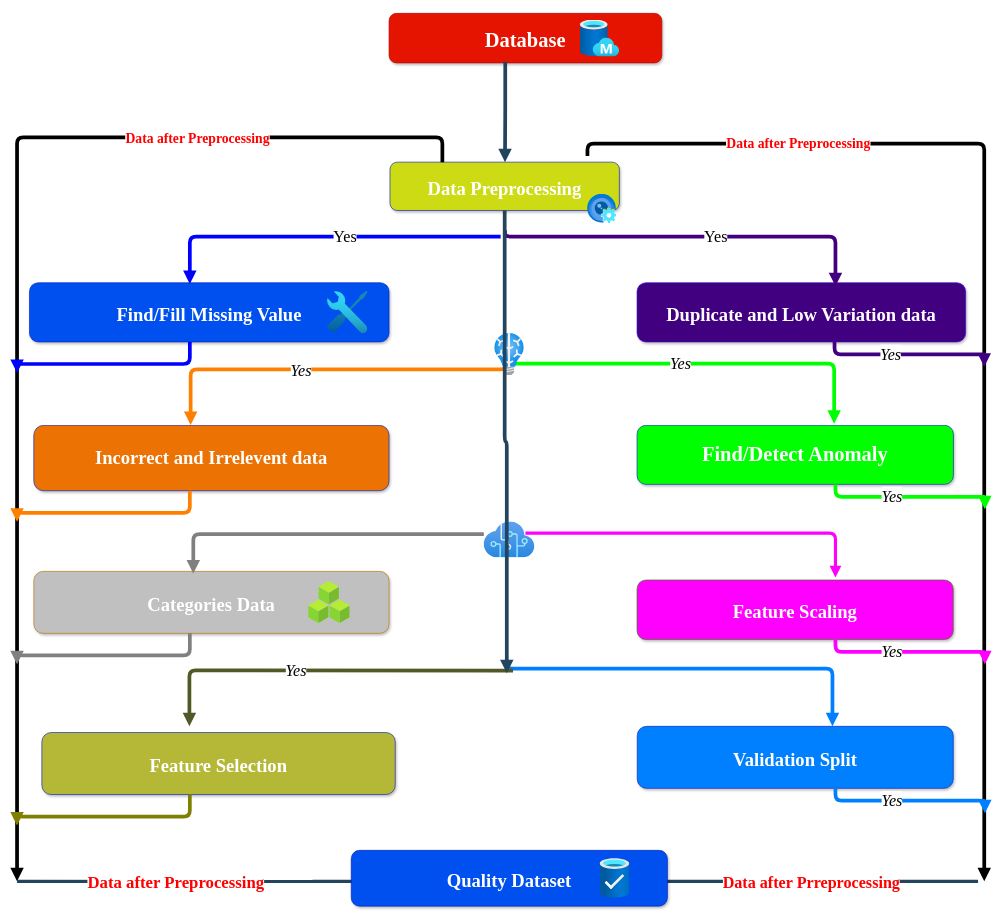
This is page "Data Preprocessing" (2 of 7) of Untitled Diagram.drawio from Danut168/Advertistiing-Bugdet-and-Sales, a draw.io file, before an edit. Source tidied: cells renumbered, new cells numbered last; positions are measured from the earlier drawing's top-left corner, leaving out a move shared by most shapes. Both pictures are drawn from the tidied source at 62%, with x=0, y=0 at pixel (17, 13).
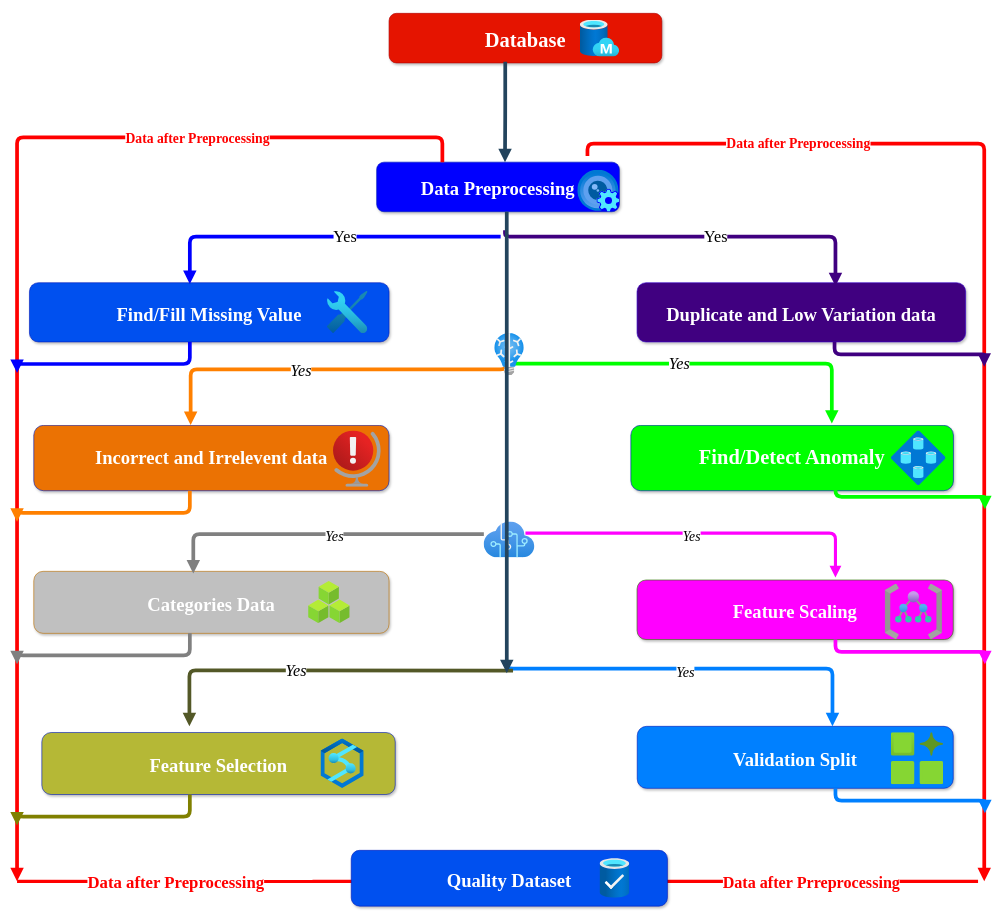
After the change.

The change refers to these unchanged cells:
```xml
<mxCell id="12" style="edgeStyle=elbowEdgeStyle;elbow=vertical;strokeWidth=6;endArrow=block;endFill=1;fontStyle=1;strokeColor=#808080;flowAnimation=1;entryX=0.449;entryY=0.035;entryDx=0;entryDy=0;entryPerimeter=0;" parent="1" edge="1" source="27" target="3">
  <mxGeometry x="22" y="165.5" as="geometry">
    <Array as="points">
      <mxPoint x="540" y="840" />
      <mxPoint x="530" y="860" />
    </Array>
  </mxGeometry>
</mxCell>
<mxCell id="13" style="edgeStyle=elbowEdgeStyle;elbow=vertical;strokeWidth=6;endArrow=block;endFill=1;fontStyle=1;strokeColor=#0080ff;flowAnimation=1;entryX=0.557;entryY=0;entryDx=0;entryDy=0;entryPerimeter=0;" parent="1" edge="1">
  <mxGeometry x="22" y="165.5" as="geometry">
    <mxPoint x="790" y="1050" as="sourcePoint" />
    <mxPoint x="1315.2" y="1150" as="targetPoint" />
    <Array as="points">
      <mxPoint x="875" y="1057" />
      <mxPoint x="996" y="1032" />
    </Array>
  </mxGeometry>
</mxCell>
<mxCell id="16" style="edgeStyle=elbowEdgeStyle;elbow=vertical;strokeWidth=5;endArrow=block;endFill=1;fontStyle=1;strokeColor=#ff00ff;flowAnimation=1;exitX=0.816;exitY=0.317;exitDx=0;exitDy=0;exitPerimeter=0;" parent="1" edge="1" source="27">
  <mxGeometry x="22" y="165.5" as="geometry">
    <mxPoint x="1320" y="910" as="targetPoint" />
    <Array as="points">
      <mxPoint x="1022" y="838.4" />
    </Array>
  </mxGeometry>
</mxCell>
<mxCell id="47" style="edgeStyle=elbowEdgeStyle;elbow=vertical;strokeWidth=6;endArrow=block;endFill=1;fontStyle=1;strokeColor=#400080;flowAnimation=1;exitX=0.601;exitY=1;exitDx=0;exitDy=0;exitPerimeter=0;" parent="1" edge="1" source="8">
  <mxGeometry x="22" y="165.5" as="geometry">
    <mxPoint x="1560" y="570" as="targetPoint" />
    <Array as="points">
      <mxPoint x="1420" y="550" />
    </Array>
  </mxGeometry>
</mxCell>
<mxCell id="49" style="edgeStyle=elbowEdgeStyle;elbow=vertical;strokeWidth=6;endArrow=block;endFill=1;fontStyle=1;strokeColor=#00ff00;flowAnimation=1;exitX=0.601;exitY=1;exitDx=0;exitDy=0;exitPerimeter=0;" parent="1" edge="1">
  <mxGeometry x="22" y="165.5" as="geometry">
    <mxPoint x="1320" y="759.8" as="sourcePoint" />
    <mxPoint x="1561" y="799.8" as="targetPoint" />
    <Array as="points">
      <mxPoint x="1421" y="779.8" />
    </Array>
  </mxGeometry>
</mxCell>
<mxCell id="51" style="edgeStyle=elbowEdgeStyle;elbow=vertical;strokeWidth=6;endArrow=block;endFill=1;fontStyle=1;strokeColor=#ff00ff;flowAnimation=1;exitX=0.601;exitY=1;exitDx=0;exitDy=0;exitPerimeter=0;" parent="1" edge="1">
  <mxGeometry x="22" y="165.5" as="geometry">
    <mxPoint x="1320" y="1010" as="sourcePoint" />
    <mxPoint x="1561" y="1050" as="targetPoint" />
    <Array as="points">
      <mxPoint x="1421" y="1030" />
    </Array>
  </mxGeometry>
</mxCell>
<mxCell id="53" style="edgeStyle=elbowEdgeStyle;elbow=vertical;strokeWidth=6;endArrow=block;endFill=1;fontStyle=1;strokeColor=#0080ff;flowAnimation=1;exitX=0.601;exitY=1;exitDx=0;exitDy=0;exitPerimeter=0;" parent="1" edge="1">
  <mxGeometry x="22" y="165.5" as="geometry">
    <mxPoint x="1320" y="1250" as="sourcePoint" />
    <mxPoint x="1561" y="1290" as="targetPoint" />
    <Array as="points">
      <mxPoint x="1421" y="1270" />
    </Array>
  </mxGeometry>
</mxCell>
```

Diff of the diagram source:
```diff
@@
-    <mxCell id="7" value="Data Preprocessing" style="rounded=1;fillColor=#ccdb13;strokeColor=#001DBC;shadow=1;fontStyle=1;fontColor=#ffffff;fontSize=30;fontFamily=Times New Roman;" parent="1" vertex="1">
-      <mxGeometry x="601.5" y="240" width="370" height="78" as="geometry" />
+    <mxCell id="7" value="Data Preprocessing" style="rounded=1;fillColor=#0000ff;strokeColor=#001DBC;shadow=1;fontStyle=1;fontColor=#ffffff;fontSize=30;fontFamily=Times New Roman;" parent="1" vertex="1">
+      <mxGeometry x="580" y="240" width="391.5" height="80" as="geometry" />
     </mxCell>
@@
+    <mxCell id="56" value="&lt;font size=&quot;1&quot; face=&quot;Times New Roman&quot;&gt;&lt;i style=&quot;font-size: 23px;&quot;&gt;Yes&lt;/i&gt;&lt;/font&gt;" style="edgeLabel;html=1;align=center;verticalAlign=middle;" parent="12" vertex="1">
+      <mxGeometry relative="1" as="geometry">
+        <mxPoint x="25" y="2" as="offset" />
+      </mxGeometry>
+    </mxCell>
@@
+    <mxCell id="57" value="&lt;font size=&quot;1&quot; face=&quot;Times New Roman&quot;&gt;&lt;i style=&quot;font-size: 23px;&quot;&gt;Yes&lt;/i&gt;&lt;/font&gt;" style="edgeLabel;html=1;align=center;verticalAlign=middle;" parent="13" vertex="1">
+      <mxGeometry relative="1" as="geometry">
+        <mxPoint x="-19" y="5" as="offset" />
+      </mxGeometry>
+    </mxCell>
@@
+    <mxCell id="58" value="&lt;font size=&quot;1&quot; face=&quot;Times New Roman&quot;&gt;&lt;i style=&quot;font-size: 22px;&quot;&gt;Yes&lt;/i&gt;&lt;/font&gt;" style="edgeLabel;html=1;align=center;verticalAlign=middle;" parent="16" vertex="1">
+      <mxGeometry relative="1" as="geometry">
+        <mxPoint x="-18" y="5" as="offset" />
+      </mxGeometry>
+    </mxCell>
@@
     <mxCell id="19" value="Find/Detect Anomaly " style="whiteSpace=wrap;html=1;fontSize=33;fillColor=#00ff00;strokeColor=#001DBC;fontColor=#ffffff;rounded=1;shadow=1;fontStyle=1;fontFamily=Times New Roman;" parent="1" vertex="1">
-      <mxGeometry x="1000" y="664.5" width="510.3" height="95.2" as="geometry" />
+      <mxGeometry x="990" y="664.5" width="520.3" height="105.5" as="geometry" />
     </mxCell>
@@
     <mxCell id="23" style="image;html=1;align=center;fontSize=12;image=img/lib/azure2/ai_machine_learning/Custom_Vision.svg;" parent="1" vertex="1">
-      <mxGeometry x="920" y="291.5" width="47" height="47" as="geometry" />
+      <mxGeometry x="904.1" y="252.6" width="67.4" height="67.4" as="geometry" />
     </mxCell>
@@
-    <mxCell id="31" style="edgeStyle=elbowEdgeStyle;elbow=vertical;strokeWidth=6;endArrow=block;endFill=1;fontStyle=1;strokeColor=#000000;flowAnimation=1;shadow=0;textShadow=0;" parent="1" edge="1">
+    <mxCell id="31" style="edgeStyle=elbowEdgeStyle;elbow=vertical;strokeWidth=6;endArrow=block;endFill=1;fontStyle=1;strokeColor=#ff0000;flowAnimation=1;shadow=0;textShadow=0;" parent="1" edge="1">
       <mxGeometry x="22" y="165.5" as="geometry">
         <mxPoint x="686" y="240" as="sourcePoint" />
         <mxPoint y="1400" as="targetPoint" />
         <Array as="points">
           <mxPoint x="241" y="200" />
           <mxPoint x="221" y="163" />
           <mxPoint x="473" y="270" />
         </Array>
       </mxGeometry>
     </mxCell>
@@
-    <mxCell id="33" style="edgeStyle=elbowEdgeStyle;elbow=vertical;strokeWidth=6;endArrow=block;endFill=1;fontStyle=1;strokeColor=#000000;flowAnimation=1;shadow=0;textShadow=0;" parent="1" edge="1">
+    <mxCell id="33" style="edgeStyle=elbowEdgeStyle;elbow=vertical;strokeWidth=6;endArrow=block;endFill=1;fontStyle=1;strokeColor=#ff0000;flowAnimation=1;shadow=0;textShadow=0;" parent="1" edge="1">
       <mxGeometry x="22" y="165.5" as="geometry">
         <mxPoint x="920" y="230" as="sourcePoint" />
         <mxPoint x="1560" y="1400" as="targetPoint" />
         <Array as="points">
           <mxPoint x="1811" y="210" />
           <mxPoint x="1791" y="173" />
           <mxPoint x="2043" y="280" />
         </Array>
       </mxGeometry>
     </mxCell>
@@
-    <mxCell id="35" style="edgeStyle=elbowEdgeStyle;elbow=vertical;strokeWidth=5;endArrow=block;endFill=1;fontStyle=1;strokeColor=#23445D;flowAnimation=1;" parent="1" edge="1">
+    <mxCell id="35" style="edgeStyle=elbowEdgeStyle;elbow=vertical;strokeWidth=5;endArrow=block;endFill=1;fontStyle=1;strokeColor=#ff0000;flowAnimation=1;" parent="1" edge="1">
       <mxGeometry x="22" y="165.5" as="geometry">
         <mxPoint y="1400" as="sourcePoint" />
         <mxPoint x="640" y="1400" as="targetPoint" />
         <Array as="points">
           <mxPoint x="112" y="1400.4" />
         </Array>
       </mxGeometry>
     </mxCell>
@@
-    <mxCell id="37" style="edgeStyle=elbowEdgeStyle;elbow=horizontal;strokeWidth=5;endArrow=block;endFill=1;fontStyle=1;strokeColor=#23445D;flowAnimation=1;" parent="1" edge="1">
+    <mxCell id="37" style="edgeStyle=elbowEdgeStyle;elbow=horizontal;strokeWidth=5;endArrow=block;endFill=1;fontStyle=1;strokeColor=#ff0000;flowAnimation=1;" parent="1" edge="1">
       <mxGeometry x="22" y="165.5" as="geometry">
         <mxPoint x="1550" y="1400" as="sourcePoint" />
         <mxPoint x="1000" y="1400" as="targetPoint" />
         <Array as="points">
           <mxPoint x="472" y="1400.4" />
         </Array>
       </mxGeometry>
     </mxCell>
@@
-    <mxCell id="48" value="&lt;i&gt;&lt;font style=&quot;font-size: 26px;&quot; face=&quot;Times New Roman&quot;&gt;Yes&lt;/font&gt;&lt;/i&gt;" style="edgeLabel;html=1;align=center;verticalAlign=middle;" parent="47" vertex="1">
-      <mxGeometry relative="1" as="geometry">
-        <mxPoint x="-31" y="-1" as="offset" />
-      </mxGeometry>
-    </mxCell>
@@
-    <mxCell id="50" value="&lt;i&gt;&lt;font style=&quot;font-size: 26px;&quot; face=&quot;Times New Roman&quot;&gt;Yes&lt;/font&gt;&lt;/i&gt;" style="edgeLabel;html=1;align=center;verticalAlign=middle;" parent="49" vertex="1">
-      <mxGeometry relative="1" as="geometry">
-        <mxPoint x="-31" y="-1" as="offset" />
-      </mxGeometry>
-    </mxCell>
@@
-    <mxCell id="52" value="&lt;i&gt;&lt;font style=&quot;font-size: 26px;&quot; face=&quot;Times New Roman&quot;&gt;Yes&lt;/font&gt;&lt;/i&gt;" style="edgeLabel;html=1;align=center;verticalAlign=middle;" parent="51" vertex="1">
-      <mxGeometry relative="1" as="geometry">
-        <mxPoint x="-31" y="-1" as="offset" />
-      </mxGeometry>
-    </mxCell>
@@
-    <mxCell id="54" value="&lt;i&gt;&lt;font style=&quot;font-size: 26px;&quot; face=&quot;Times New Roman&quot;&gt;Yes&lt;/font&gt;&lt;/i&gt;" style="edgeLabel;html=1;align=center;verticalAlign=middle;" parent="53" vertex="1">
-      <mxGeometry relative="1" as="geometry">
-        <mxPoint x="-31" y="-1" as="offset" />
-      </mxGeometry>
-    </mxCell>
-    <mxCell id="55" style="edgeStyle=elbowEdgeStyle;elbow=vertical;strokeWidth=6;endArrow=block;endFill=1;fontStyle=1;strokeColor=#23445D;flowAnimation=1;exitX=0.5;exitY=1;exitDx=0;exitDy=0;" parent="1" edge="1" source="7">
+    <mxCell id="55" style="edgeStyle=elbowEdgeStyle;elbow=vertical;strokeWidth=6;endArrow=block;endFill=1;fontStyle=1;strokeColor=#23445D;flowAnimation=1;exitX=0.536;exitY=1;exitDx=0;exitDy=0;exitPerimeter=0;" parent="1" edge="1" source="7">
       <mxGeometry x="22" y="165.5" as="geometry">
         <mxPoint x="789.9" y="1064.2" as="targetPoint" />
       </mxGeometry>
     </mxCell>
+    <mxCell id="59" style="image;html=1;align=center;fontSize=12;image=img/lib/azure2/databases/Azure_Synapse_Analytics.svg;" parent="1" vertex="1">
+      <mxGeometry x="490" y="1170" width="69.6" height="80" as="geometry" />
+    </mxCell>
+    <mxCell id="60" style="image;html=1;align=center;fontSize=12;image=img/lib/azure2/databases/SQL_Elastic_Pools.svg;" parent="1" vertex="1">
+      <mxGeometry x="1410" y="673.2" width="88" height="88" as="geometry" />
+    </mxCell>
+    <mxCell id="61" style="image;html=1;align=center;fontSize=12;image=img/lib/azure2/general/Management_Groups.svg;" parent="1" vertex="1">
+      <mxGeometry x="1400" y="920.5" width="92.3" height="89.5" as="geometry" />
+    </mxCell>
+    <mxCell id="62" style="image;html=1;align=center;fontSize=12;image=img/lib/azure2/general/Preview_Features.svg;" parent="1" vertex="1">
+      <mxGeometry x="1410" y="1160" width="84" height="84" as="geometry" />
+    </mxCell>
+    <mxCell id="63" style="image;html=1;align=center;fontSize=12;image=img/lib/azure2/general/Globe_Error.svg;" parent="1" vertex="1">
+      <mxGeometry x="510" y="673.2" width="77.2" height="91" as="geometry" />
+    </mxCell>
```
